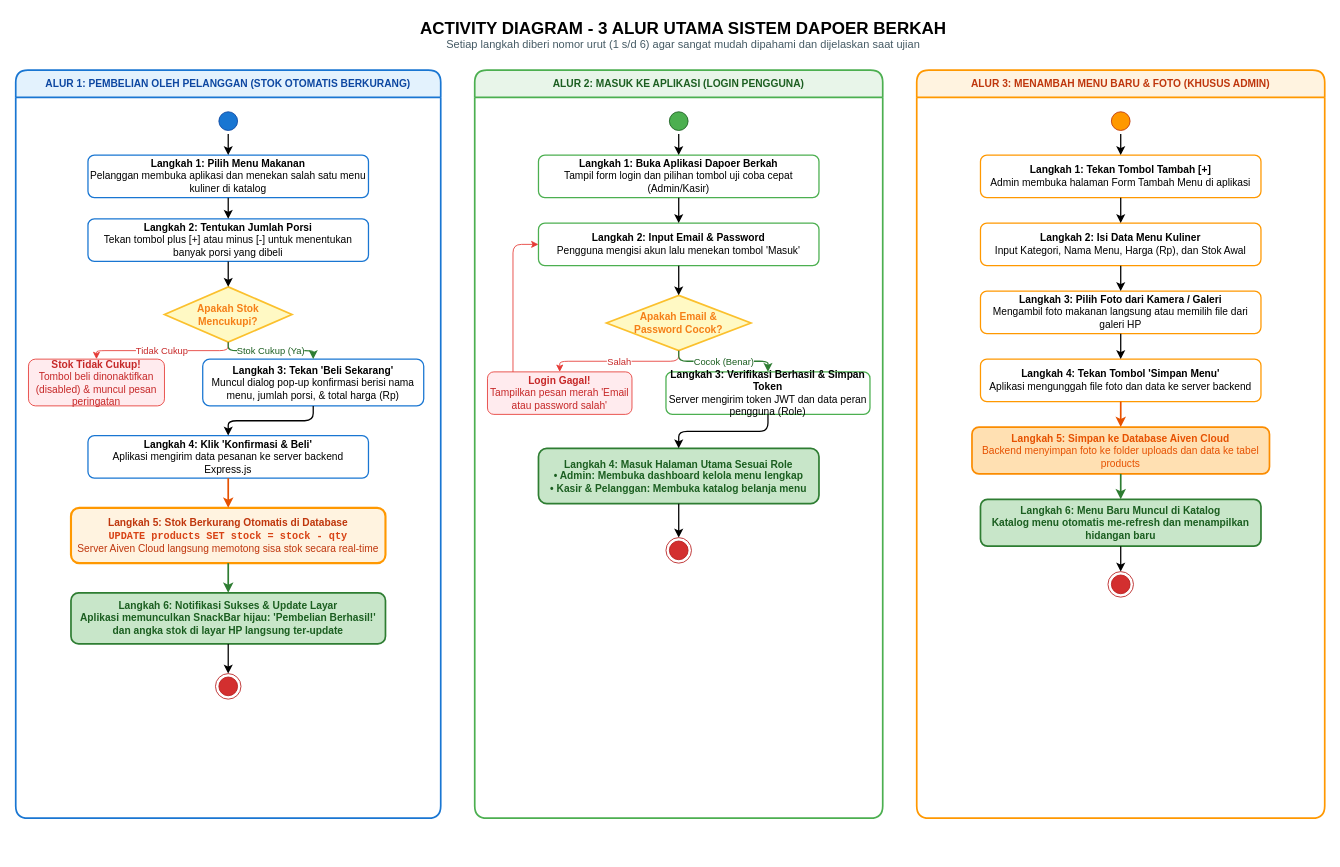
Earlier version of the draw.io diagram drawio/2_Activity_Diagram.drawio (aliffrizkipratamaxrpl2/dapoer_berkah-umkm). Source tidied: cells renumbered, new cells numbered last; positions are measured from the earlier drawing's top-left corner, leaving out a move shared by most shapes. Both pictures are drawn from the tidied source at 85%, with x=0, y=0 at pixel (15, 14).
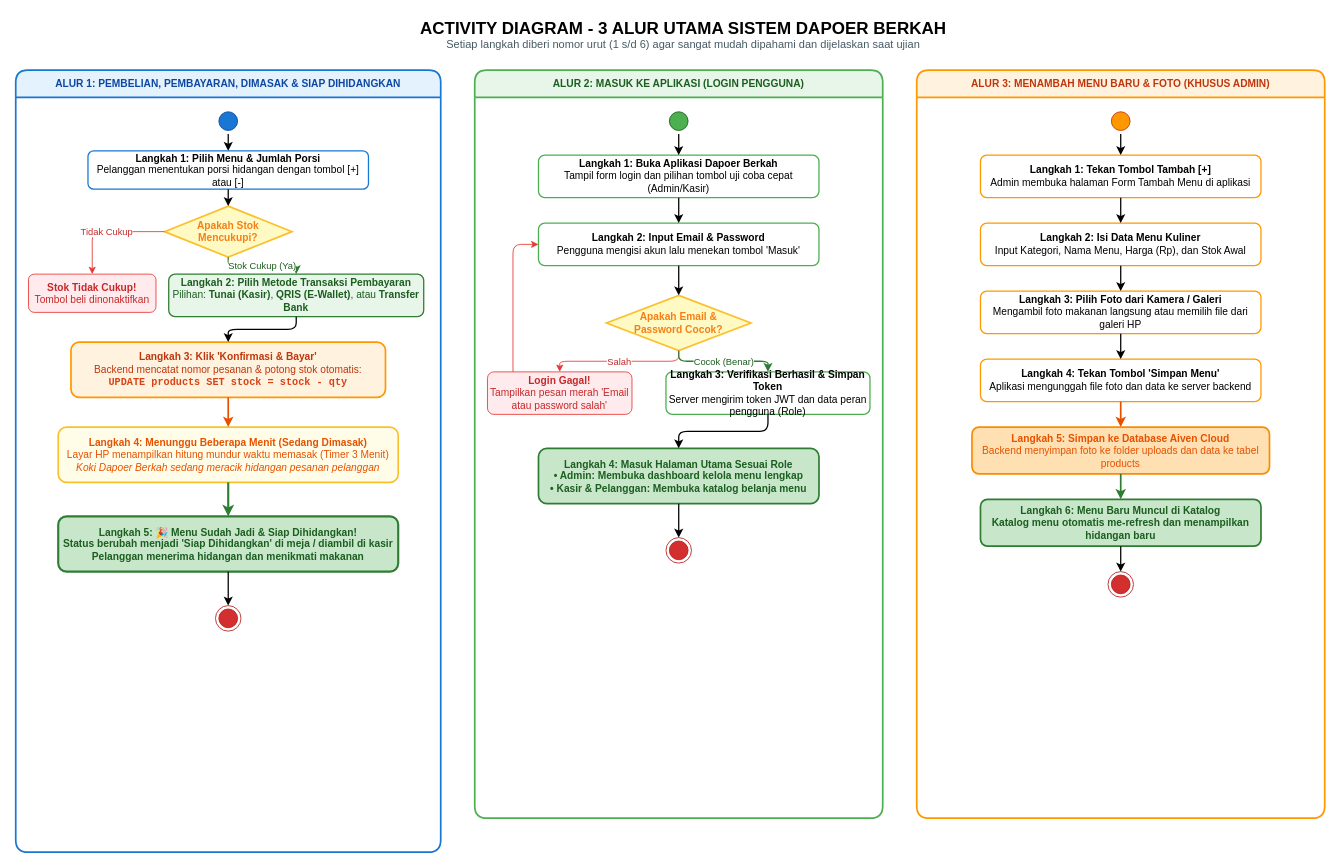
The same page after the edit.

Diff of the diagram source:
```diff
@@
-    <mxCell id="3" value="&lt;b&gt;ALUR 1: PEMBELIAN OLEH PELANGGAN (STOK OTOMATIS BERKURANG)&lt;/b&gt;" style="swimlane;whiteSpace=wrap;html=1;fillColor=#E3F2FD;strokeColor=#1976D2;fontColor=#0D47A1;startSize=32;rounded=1;strokeWidth=2;" parent="1" vertex="1">
-      <mxGeometry y="65" width="500" height="880" as="geometry" />
+    <mxCell id="3" value="&lt;b&gt;ALUR 1: PEMBELIAN, PEMBAYARAN, DIMASAK &amp;amp; SIAP DIHIDANGKAN&lt;/b&gt;" style="swimlane;whiteSpace=wrap;html=1;fillColor=#E3F2FD;strokeColor=#1976D2;fontColor=#0D47A1;startSize=32;rounded=1;strokeWidth=2;" parent="1" vertex="1">
+      <mxGeometry y="65" width="500" height="920" as="geometry" />
     </mxCell>
@@
-    <mxCell id="5" value="&lt;b&gt;Langkah 1: Pilih Menu Makanan&lt;/b&gt;&lt;br&gt;Pelanggan membuka aplikasi dan menekan salah satu menu kuliner di katalog" style="rounded=1;whiteSpace=wrap;html=1;fillColor=#FFFFFF;strokeColor=#1976D2;arcSize=15;strokeWidth=1.5;" parent="3" vertex="1">
-      <mxGeometry x="85" y="100" width="330" height="50" as="geometry" />
+    <mxCell id="5" value="&lt;b&gt;Langkah 1: Pilih Menu &amp;amp; Jumlah Porsi&lt;/b&gt;&lt;br&gt;Pelanggan menentukan porsi hidangan dengan tombol [+] atau [-]" style="rounded=1;whiteSpace=wrap;html=1;fillColor=#FFFFFF;strokeColor=#1976D2;arcSize=15;strokeWidth=1.5;" parent="3" vertex="1">
+      <mxGeometry x="85" y="95" width="330" height="45" as="geometry" />
     </mxCell>
-    <mxCell id="6" value="&lt;b&gt;Langkah 2: Tentukan Jumlah Porsi&lt;/b&gt;&lt;br&gt;Tekan tombol plus [+] atau minus [-] untuk menentukan banyak porsi yang dibeli" style="rounded=1;whiteSpace=wrap;html=1;fillColor=#FFFFFF;strokeColor=#1976D2;arcSize=15;strokeWidth=1.5;" parent="3" vertex="1">
-      <mxGeometry x="85" y="175" width="330" height="50" as="geometry" />
-    </mxCell>
     <mxCell id="7" value="&lt;b&gt;Apakah Stok&lt;br&gt;Mencukupi?&lt;/b&gt;" style="rhombus;whiteSpace=wrap;html=1;fillColor=#FFF9C4;strokeColor=#FBC02D;strokeWidth=2;fontColor=#F57F17;fontStyle=1;" parent="3" vertex="1">
-      <mxGeometry x="175" y="255" width="150" height="65" as="geometry" />
+      <mxGeometry x="175" y="160" width="150" height="60" as="geometry" />
     </mxCell>
-    <mxCell id="8" value="&lt;b&gt;Stok Tidak Cukup!&lt;/b&gt;&lt;br&gt;Tombol beli dinonaktifkan (disabled) &amp;amp; muncul pesan peringatan" style="rounded=1;whiteSpace=wrap;html=1;fillColor=#FFEBEE;strokeColor=#E53935;arcSize=15;fontColor=#C62828;" parent="3" vertex="1">
-      <mxGeometry x="15" y="340" width="160" height="55" as="geometry" />
+    <mxCell id="8" value="&lt;b&gt;Stok Tidak Cukup!&lt;/b&gt;&lt;br&gt;Tombol beli dinonaktifkan" style="rounded=1;whiteSpace=wrap;html=1;fillColor=#FFEBEE;strokeColor=#E53935;arcSize=15;fontColor=#C62828;" parent="3" vertex="1">
+      <mxGeometry x="15" y="240" width="150" height="45" as="geometry" />
     </mxCell>
+    <mxCell id="56" value="&lt;b&gt;Langkah 2: Pilih Metode Transaksi Pembayaran&lt;/b&gt;&lt;br&gt;Pilihan: &lt;b&gt;Tunai (Kasir)&lt;/b&gt;, &lt;b&gt;QRIS (E-Wallet)&lt;/b&gt;, atau &lt;b&gt;Transfer Bank&lt;/b&gt;" style="rounded=1;whiteSpace=wrap;html=1;fillColor=#E8F5E9;strokeColor=#2E7D32;arcSize=15;strokeWidth=1.5;fontColor=#1B5E20;" parent="3" vertex="1">
+      <mxGeometry x="180" y="240" width="300" height="50" as="geometry" />
+    </mxCell>
-    <mxCell id="9" value="&lt;b&gt;Langkah 3: Tekan 'Beli Sekarang'&lt;/b&gt;&lt;br&gt;Muncul dialog pop-up konfirmasi berisi nama menu, jumlah porsi, &amp;amp; total harga (Rp)" style="rounded=1;whiteSpace=wrap;html=1;fillColor=#FFFFFF;strokeColor=#1976D2;arcSize=15;strokeWidth=1.5;" parent="3" vertex="1">
-      <mxGeometry x="220" y="340" width="260" height="55" as="geometry" />
+    <mxCell id="9" value="&lt;b&gt;Langkah 3: Klik 'Konfirmasi &amp;amp; Bayar'&lt;/b&gt;&lt;br&gt;Backend mencatat nomor pesanan &amp;amp; potong stok otomatis:&lt;br&gt;&lt;font style=&quot;color: #D84315; font-family: monospace;&quot;&gt;&lt;b&gt;UPDATE products SET stock = stock - qty&lt;/b&gt;&lt;/font&gt;" style="rounded=1;whiteSpace=wrap;html=1;fillColor=#FFF3E0;strokeColor=#FF9800;arcSize=15;strokeWidth=2;fontColor=#BF360C;" parent="3" vertex="1">
+      <mxGeometry x="65" y="320" width="370" height="65" as="geometry" />
     </mxCell>
-    <mxCell id="10" value="&lt;b&gt;Langkah 4: Klik 'Konfirmasi &amp;amp; Beli'&lt;/b&gt;&lt;br&gt;Aplikasi mengirim data pesanan ke server backend Express.js" style="rounded=1;whiteSpace=wrap;html=1;fillColor=#FFFFFF;strokeColor=#1976D2;arcSize=15;strokeWidth=1.5;" parent="3" vertex="1">
-      <mxGeometry x="85" y="430" width="330" height="50" as="geometry" />
-    </mxCell>
-    <mxCell id="11" value="&lt;b&gt;Langkah 5: Stok Berkurang Otomatis di Database&lt;/b&gt;&lt;br&gt;&lt;font style=&quot;color: #D84315; font-family: monospace;&quot;&gt;&lt;b&gt;UPDATE products SET stock = stock - qty&lt;/b&gt;&lt;/font&gt;&lt;br&gt;Server Aiven Cloud langsung memotong sisa stok secara real-time" style="rounded=1;whiteSpace=wrap;html=1;fillColor=#FFF3E0;strokeColor=#FF9800;arcSize=15;strokeWidth=2.5;fontColor=#BF360C;" parent="3" vertex="1">
-      <mxGeometry x="65" y="515" width="370" height="65" as="geometry" />
-    </mxCell>
-    <mxCell id="12" value="&lt;b&gt;Langkah 6: Notifikasi Sukses &amp;amp; Update Layar&lt;/b&gt;&lt;br&gt;Aplikasi memunculkan SnackBar hijau: 'Pembelian Berhasil!' dan angka stok di layar HP langsung ter-update" style="rounded=1;whiteSpace=wrap;html=1;fillColor=#C8E6C9;strokeColor=#2E7D32;arcSize=15;fontColor=#1B5E20;fontStyle=1;strokeWidth=2;" parent="3" vertex="1">
-      <mxGeometry x="65" y="615" width="370" height="60" as="geometry" />
-    </mxCell>
+    <mxCell id="57" value="&lt;b&gt;Langkah 4: Menunggu Beberapa Menit (Sedang Dimasak)&lt;/b&gt;&lt;br&gt;Layar HP menampilkan hitung mundur waktu memasak (Timer 3 Menit)&lt;br&gt;&lt;i&gt;Koki Dapoer Berkah sedang meracik hidangan pesanan pelanggan&lt;/i&gt;" style="rounded=1;whiteSpace=wrap;html=1;fillColor=#FFFDE7;strokeColor=#FBC02D;arcSize=15;strokeWidth=2;fontColor=#E65100;" parent="3" vertex="1">
+      <mxGeometry x="50" y="420" width="400" height="65" as="geometry" />
+    </mxCell>
+    <mxCell id="58" value="&lt;b&gt;Langkah 5: 🎉 Menu Sudah Jadi &amp;amp; Siap Dihidangkan!&lt;/b&gt;&lt;br&gt;Status berubah menjadi 'Siap Dihidangkan' di meja / diambil di kasir&lt;br&gt;Pelanggan menerima hidangan dan menikmati makanan" style="rounded=1;whiteSpace=wrap;html=1;fillColor=#C8E6C9;strokeColor=#2E7D32;arcSize=15;fontColor=#1B5E20;fontStyle=1;strokeWidth=2.5;" parent="3" vertex="1">
+      <mxGeometry x="50" y="525" width="400" height="65" as="geometry" />
+    </mxCell>
     <mxCell id="13" style="ellipse;html=1;shape=endState;fillColor=#D32F2F;strokeColor=#B71C1C;" parent="3" vertex="1">
-      <mxGeometry x="235" y="710" width="30" height="30" as="geometry" />
+      <mxGeometry x="235" y="630" width="30" height="30" as="geometry" />
     </mxCell>
@@
-    <mxCell id="15" style="edgeStyle=orthogonalEdgeStyle;html=1;endArrow=classic;strokeWidth=1.5;" parent="3" edge="1" source="5" target="6">
+    <mxCell id="15" style="edgeStyle=orthogonalEdgeStyle;html=1;endArrow=classic;strokeWidth=1.5;" parent="3" edge="1" source="5" target="7">
       <mxGeometry relative="1" as="geometry" />
     </mxCell>
-    <mxCell id="16" style="edgeStyle=orthogonalEdgeStyle;html=1;endArrow=classic;strokeWidth=1.5;" parent="3" edge="1" source="6" target="7">
-      <mxGeometry relative="1" as="geometry" />
-    </mxCell>
@@
-    <mxCell id="18" value="Stok Cukup (Ya)" style="edgeStyle=orthogonalEdgeStyle;html=1;endArrow=classic;strokeColor=#2E7D32;fontColor=#1B5E20;strokeWidth=1.5;" parent="3" edge="1" source="7" target="9">
+    <mxCell id="18" value="Stok Cukup (Ya)" style="edgeStyle=orthogonalEdgeStyle;html=1;endArrow=classic;strokeColor=#2E7D32;fontColor=#1B5E20;strokeWidth=1.5;" parent="3" edge="1" source="7" target="56">
       <mxGeometry relative="1" as="geometry" />
     </mxCell>
+    <mxCell id="59" style="edgeStyle=orthogonalEdgeStyle;html=1;endArrow=classic;strokeWidth=1.5;" parent="3" edge="1" source="56" target="9">
+      <mxGeometry relative="1" as="geometry" />
+    </mxCell>
-    <mxCell id="19" style="edgeStyle=orthogonalEdgeStyle;html=1;endArrow=classic;strokeWidth=1.5;" parent="3" edge="1" source="9" target="10">
+    <mxCell id="19" style="edgeStyle=orthogonalEdgeStyle;html=1;endArrow=classic;strokeWidth=2;strokeColor=#E65100;" parent="3" edge="1" source="9" target="57">
       <mxGeometry relative="1" as="geometry" />
     </mxCell>
-    <mxCell id="20" style="edgeStyle=orthogonalEdgeStyle;html=1;endArrow=classic;strokeWidth=2;strokeColor=#E65100;" parent="3" edge="1" source="10" target="11">
+    <mxCell id="20" style="edgeStyle=orthogonalEdgeStyle;html=1;endArrow=classic;strokeWidth=2.5;strokeColor=#2E7D32;" parent="3" edge="1" source="57" target="58">
       <mxGeometry relative="1" as="geometry" />
     </mxCell>
-    <mxCell id="21" style="edgeStyle=orthogonalEdgeStyle;html=1;endArrow=classic;strokeWidth=2;strokeColor=#2E7D32;" parent="3" edge="1" source="11" target="12">
+    <mxCell id="21" style="edgeStyle=orthogonalEdgeStyle;html=1;endArrow=classic;strokeWidth=1.5;" parent="3" edge="1" source="58" target="13">
       <mxGeometry relative="1" as="geometry" />
     </mxCell>
-    <mxCell id="22" style="edgeStyle=orthogonalEdgeStyle;html=1;endArrow=classic;strokeWidth=1.5;" parent="3" edge="1" source="12" target="13">
-      <mxGeometry relative="1" as="geometry" />
-    </mxCell>
```
